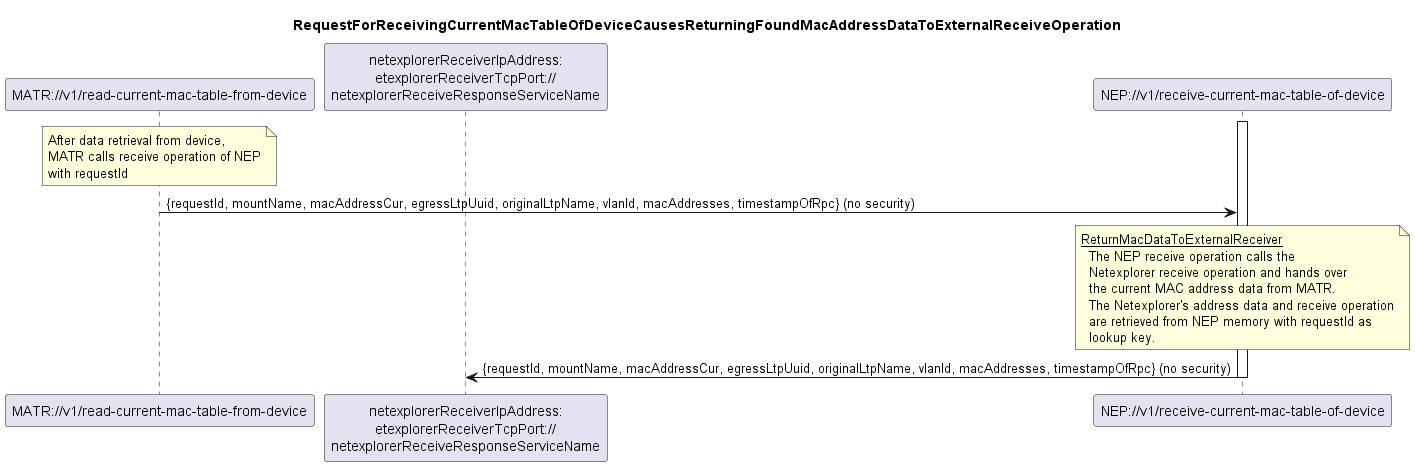
Earlier version of the PlantUML export spec/diagrams/003_ReceiveCurrentMacTableOfDevice.png (openBackhaul/NetExplorerProxy). The source it was exported from:
```plantuml
@startuml 003_ReceiveCurrentMacTableOfDevice
skinparam responseMessageBelowArrow true

title
  RequestForReceivingCurrentMacTableOfDeviceCausesReturningFoundMacAddressDataToExternalReceiveOperation
end title

participant "MATR://v1/read-current-mac-table-from-device" as matr
participant "netexplorerReceiverIpAddress:\netexplorerReceiverTcpPort://\nnetexplorerReceiveResponseServiceName" as receiver
participant "NEP://v1/receive-current-mac-table-of-device" as nep

activate nep

note over matr
  After data retrieval from device,
  MATR calls receive operation of NEP
  with requestId
end note
matr -> nep: {requestId, mountName, macAddressCur, egressLtpUuid, originalLtpName, vlanId, macAddresses, timestampOfRpc} (no security)


note over nep
  <u>ReturnMacDataToExternalReceiver</u>
    The NEP receive operation calls the
    Netexplorer receive operation and hands over
    the current MAC address data from MATR.
    The Netexplorer's address data and receive operation
    are retrieved from NEP memory with requestId as
    lookup key.
end note
nep -> receiver: {requestId, mountName, macAddressCur, egressLtpUuid, originalLtpName, vlanId, macAddresses, timestampOfRpc} (no security)


deactivate nep


@enduml
```
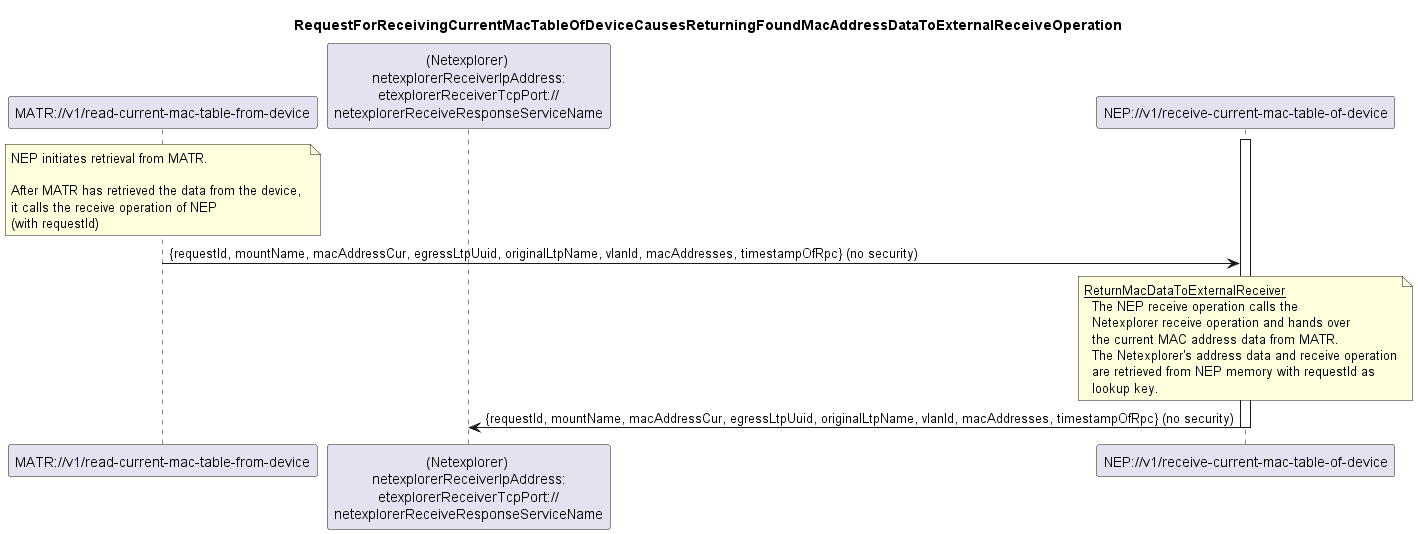
The same file after the commit.

Diff of the diagram source:
```diff
@@ -6,15 +6,17 @@
 end title
 
 participant "MATR://v1/read-current-mac-table-from-device" as matr
-participant "netexplorerReceiverIpAddress:\netexplorerReceiverTcpPort://\nnetexplorerReceiveResponseServiceName" as receiver
+participant "(Netexplorer) \nnetexplorerReceiverIpAddress:\netexplorerReceiverTcpPort://\nnetexplorerReceiveResponseServiceName" as receiver
 participant "NEP://v1/receive-current-mac-table-of-device" as nep
 
 activate nep
 
 note over matr
-  After data retrieval from device,
-  MATR calls receive operation of NEP
-  with requestId
+  NEP initiates retrieval from MATR.
+
+  After MATR has retrieved the data from the device,
+  it calls the receive operation of NEP
+  (with requestId)
 end note
 matr -> nep: {requestId, mountName, macAddressCur, egressLtpUuid, originalLtpName, vlanId, macAddresses, timestampOfRpc} (no security)
 
```
